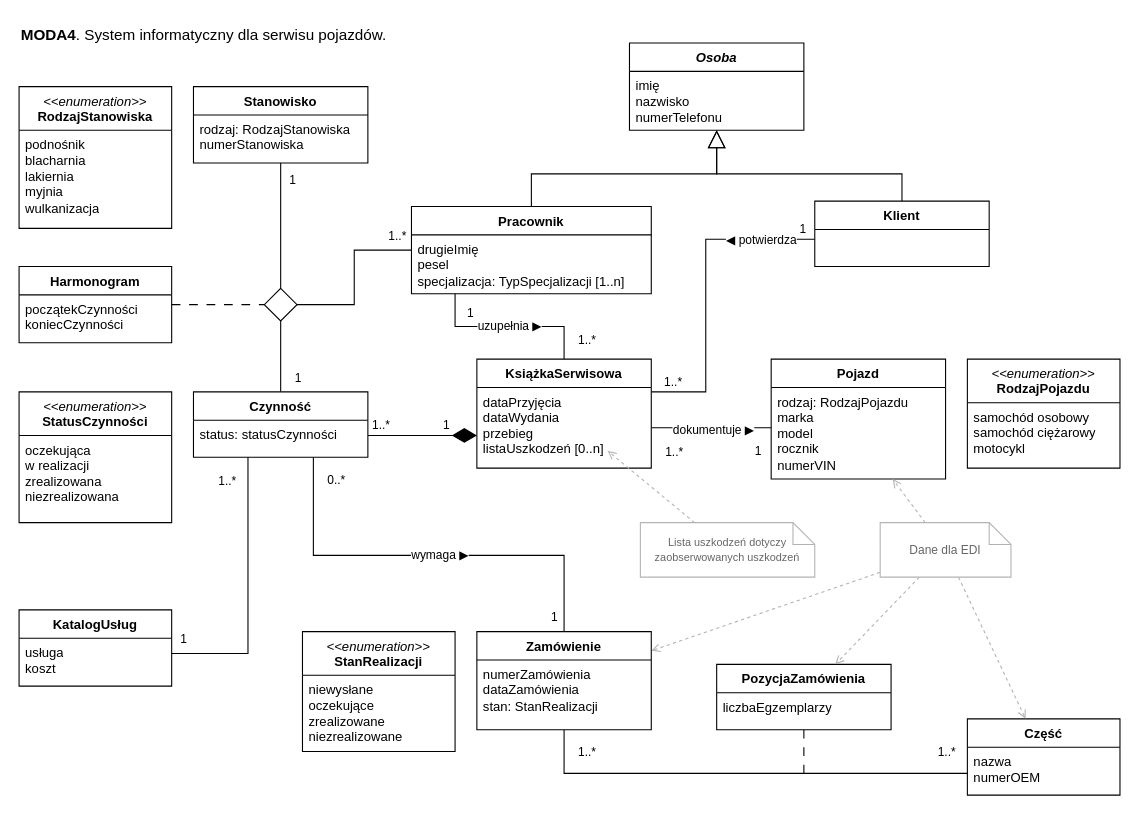
Earlier version of the draw.io diagram model_koncepcyjny/drawio/MODA4_koncepcyjny.drawio (SSwiatlak/IT_SYSTEM_FOR_CAR_WORKSHOPS). Source tidied: cells renumbered, new cells numbered last; positions are measured from the earlier drawing's top-left corner, leaving out a move shared by most shapes. Both pictures are drawn from the tidied source at 109%, with x=0, y=0 at pixel (19, 19).
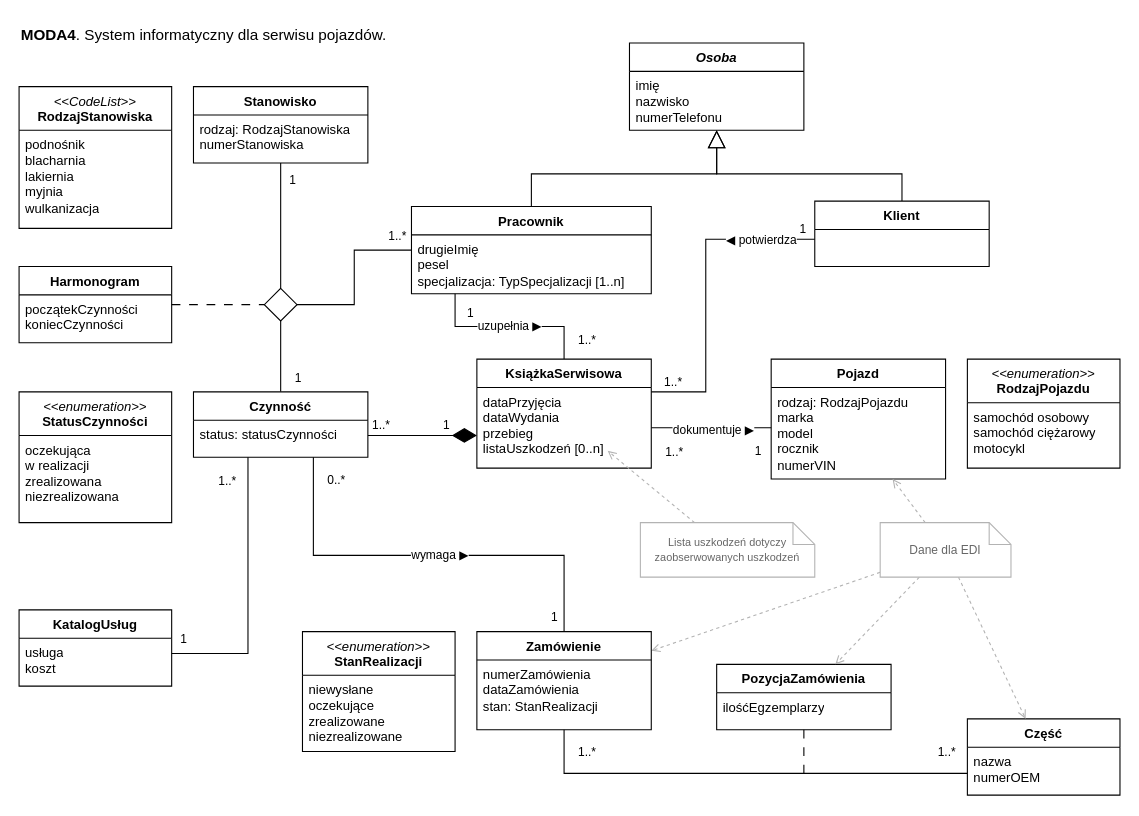
The same diagram, later.

Commit message (it also covers changes not shown here):
poprawiono modele koncepcyjne zgodnie z uwagami

Unchanged cells that the change refers to:
```xml
<mxCell id="30" value="PozycjaZamówienia" style="swimlane;fontStyle=1;align=center;verticalAlign=top;horizontal=1;startSize=26;whiteSpace=wrap;html=1;" parent="2" vertex="1">
  <mxGeometry x="640" y="570" width="160" height="60" as="geometry" />
</mxCell>
<mxCell id="43" style="group;" parent="2" vertex="1">
  <mxGeometry y="40" width="320" height="130" as="geometry" />
</mxCell>
```

The edit, as a diff of the source:
```diff
@@
-    <mxCell id="31" value="&lt;span&gt;&lt;/span&gt;liczbaEgzemplarzy" style="text;strokeColor=none;fillColor=none;align=left;verticalAlign=top;spacingLeft=4;spacingRight=4;overflow=hidden;whiteSpace=wrap;html=1;" parent="30" vertex="1">
+    <mxCell id="31" value="&lt;span&gt;&lt;/span&gt;ilośćEgzemplarzy" style="text;strokeColor=none;fillColor=none;align=left;verticalAlign=top;spacingLeft=4;spacingRight=4;overflow=hidden;whiteSpace=wrap;html=1;" parent="30" vertex="1">
       <mxGeometry y="26" width="160" height="34" as="geometry" />
     </mxCell>
@@
-    <mxCell id="44" value="&lt;span style=&quot;font-weight: normal;&quot;&gt;&lt;i&gt;&amp;lt;&amp;lt;enumeration&amp;gt;&amp;gt;&lt;/i&gt;&lt;/span&gt;&lt;div&gt;RodzajStanowiska&lt;/div&gt;" style="swimlane;fontStyle=1;align=center;verticalAlign=top;horizontal=1;startSize=40;whiteSpace=wrap;html=1;" parent="43" vertex="1">
+    <mxCell id="44" value="&lt;span style=&quot;font-weight: normal;&quot;&gt;&lt;i&gt;&amp;lt;&amp;lt;CodeList&amp;gt;&amp;gt;&lt;/i&gt;&lt;/span&gt;&lt;div&gt;RodzajStanowiska&lt;/div&gt;" style="swimlane;fontStyle=1;align=center;verticalAlign=top;horizontal=1;startSize=40;whiteSpace=wrap;html=1;" parent="43" vertex="1">
       <mxGeometry width="140" height="130" as="geometry" />
     </mxCell>
```
